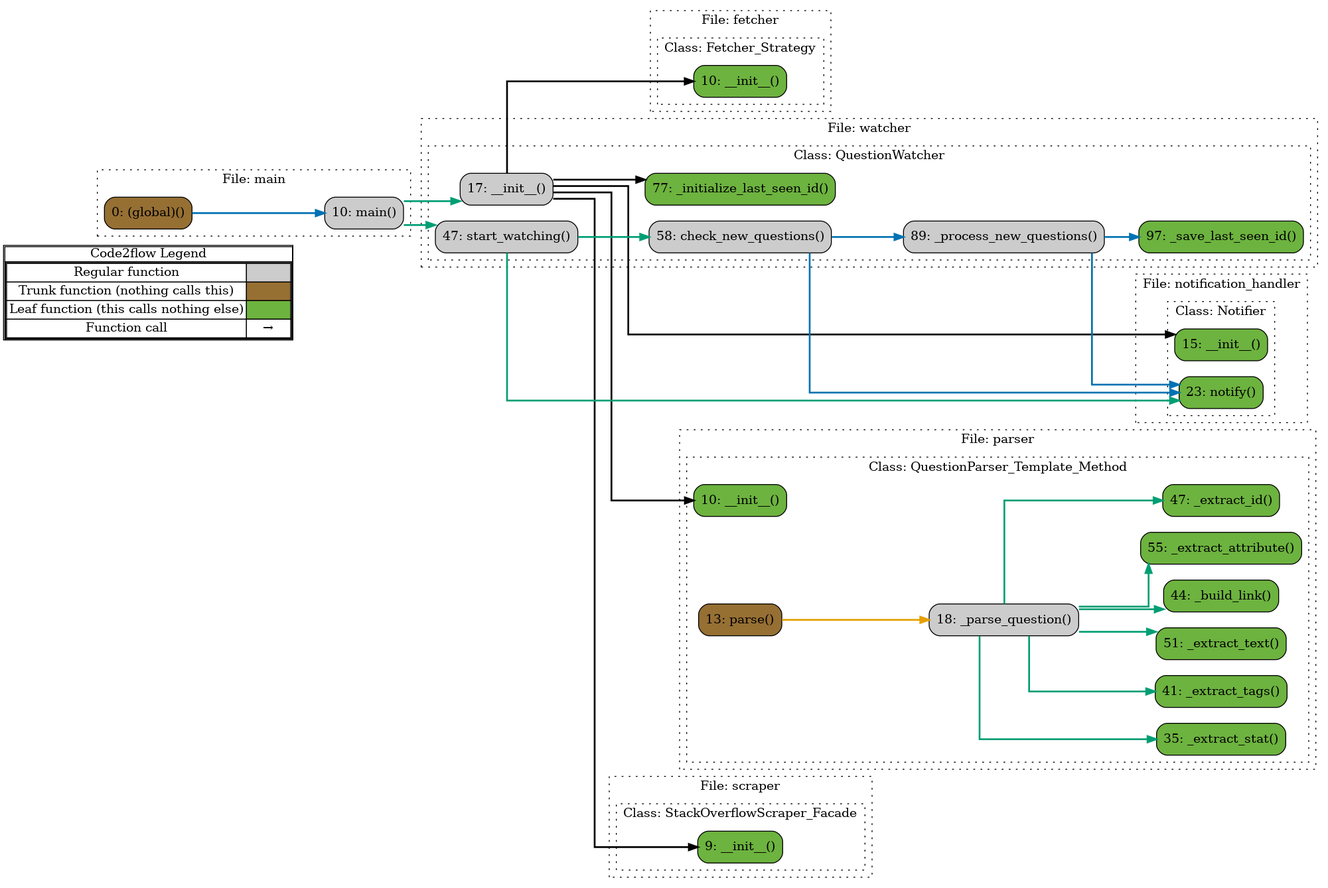
This is diagrams/full_flow.png from mrm68/StackOverFlow_Crawler_Kafka, a Graphviz export, as it was before one commit. Its source is kept beside it as diagrams/full_flow.gv.
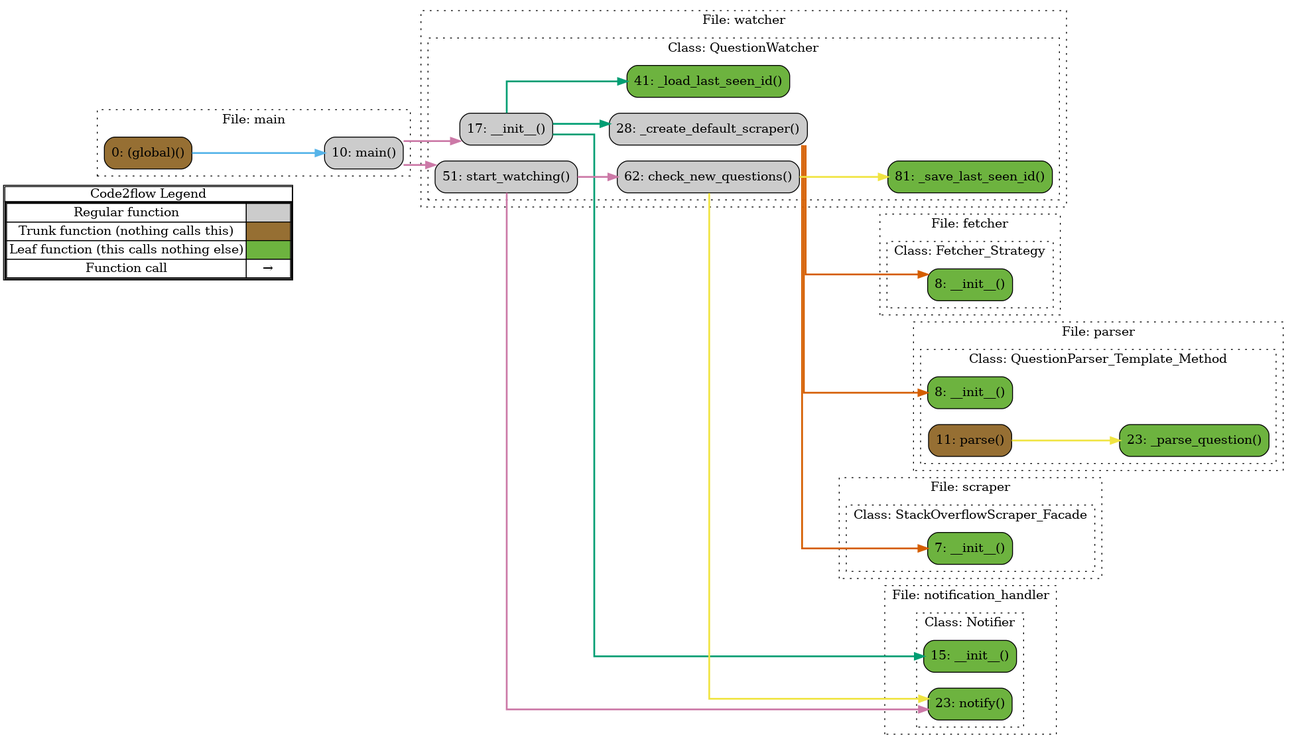
The same diagram one commit later.

Diff of the diagram source:
```diff
@@ -14,118 +14,103 @@
         <tr><td>Function call</td><td><font color='black'>&#8594;</font></td></tr>
         </table></td></tr></table>
         >];
-}node_4e1d44f2 [label="10: __init__()" name="fetcher::Fetcher_Strategy.__init__" shape="rect" style="rounded,filled" fillcolor="#6db33f" ];
-node_c96696ad [label="0: (global)()" name="main::(global)" shape="rect" style="rounded,filled" fillcolor="#966F33" ];
-node_7d09c043 [label="10: main()" name="main::main" shape="rect" style="rounded,filled" fillcolor="#cccccc" ];
-node_62ae97af [label="15: __init__()" name="notification_handler::Notifier.__init__" shape="rect" style="rounded,filled" fillcolor="#6db33f" ];
-node_96110b7a [label="23: notify()" name="notification_handler::Notifier.notify" shape="rect" style="rounded,filled" fillcolor="#6db33f" ];
-node_e3f5539c [label="10: __init__()" name="parser::QuestionParser_Template_Method.__init__" shape="rect" style="rounded,filled" fillcolor="#6db33f" ];
-node_eac189c6 [label="44: _build_link()" name="parser::QuestionParser_Template_Method._build_link" shape="rect" style="rounded,filled" fillcolor="#6db33f" ];
-node_6cc3f22c [label="55: _extract_attribute()" name="parser::QuestionParser_Template_Method._extract_attribute" shape="rect" style="rounded,filled" fillcolor="#6db33f" ];
-node_9488f8ba [label="47: _extract_id()" name="parser::QuestionParser_Template_Method._extract_id" shape="rect" style="rounded,filled" fillcolor="#6db33f" ];
-node_c092aa1e [label="35: _extract_stat()" name="parser::QuestionParser_Template_Method._extract_stat" shape="rect" style="rounded,filled" fillcolor="#6db33f" ];
-node_a110019e [label="41: _extract_tags()" name="parser::QuestionParser_Template_Method._extract_tags" shape="rect" style="rounded,filled" fillcolor="#6db33f" ];
-node_6dcbba4a [label="51: _extract_text()" name="parser::QuestionParser_Template_Method._extract_text" shape="rect" style="rounded,filled" fillcolor="#6db33f" ];
-node_7260e8e3 [label="18: _parse_question()" name="parser::QuestionParser_Template_Method._parse_question" shape="rect" style="rounded,filled" fillcolor="#cccccc" ];
-node_8385f091 [label="13: parse()" name="parser::QuestionParser_Template_Method.parse" shape="rect" style="rounded,filled" fillcolor="#966F33" ];
-node_0e9a3a31 [label="9: __init__()" name="scraper::StackOverflowScraper_Facade.__init__" shape="rect" style="rounded,filled" fillcolor="#6db33f" ];
-node_4e6acc70 [label="17: __init__()" name="watcher::QuestionWatcher.__init__" shape="rect" style="rounded,filled" fillcolor="#cccccc" ];
-node_1dd243b7 [label="77: _initialize_last_seen_id()" name="watcher::QuestionWatcher._initialize_last_seen_id" shape="rect" style="rounded,filled" fillcolor="#6db33f" ];
-node_c8aa8aa5 [label="89: _process_new_questions()" name="watcher::QuestionWatcher._process_new_questions" shape="rect" style="rounded,filled" fillcolor="#cccccc" ];
-node_63f58fee [label="97: _save_last_seen_id()" name="watcher::QuestionWatcher._save_last_seen_id" shape="rect" style="rounded,filled" fillcolor="#6db33f" ];
-node_c36e50dd [label="58: check_new_questions()" name="watcher::QuestionWatcher.check_new_questions" shape="rect" style="rounded,filled" fillcolor="#cccccc" ];
-node_729cbc5b [label="47: start_watching()" name="watcher::QuestionWatcher.start_watching" shape="rect" style="rounded,filled" fillcolor="#cccccc" ];
-node_c96696ad -> node_7d09c043 [color="#0072B2" penwidth="2"];
-node_7d09c043 -> node_4e6acc70 [color="#009E73" penwidth="2"];
-node_7d09c043 -> node_729cbc5b [color="#009E73" penwidth="2"];
-node_7260e8e3 -> node_eac189c6 [color="#009E73" penwidth="2"];
-node_7260e8e3 -> node_6cc3f22c [color="#009E73" penwidth="2"];
-node_7260e8e3 -> node_9488f8ba [color="#009E73" penwidth="2"];
-node_7260e8e3 -> node_c092aa1e [color="#009E73" penwidth="2"];
-node_7260e8e3 -> node_c092aa1e [color="#009E73" penwidth="2"];
-node_7260e8e3 -> node_c092aa1e [color="#009E73" penwidth="2"];
-node_7260e8e3 -> node_a110019e [color="#009E73" penwidth="2"];
-node_7260e8e3 -> node_6dcbba4a [color="#009E73" penwidth="2"];
-node_7260e8e3 -> node_6dcbba4a [color="#009E73" penwidth="2"];
-node_8385f091 -> node_7260e8e3 [color="#E69F00" penwidth="2"];
-node_4e6acc70 -> node_4e1d44f2 [color="#000000" penwidth="2"];
-node_4e6acc70 -> node_62ae97af [color="#000000" penwidth="2"];
-node_4e6acc70 -> node_e3f5539c [color="#000000" penwidth="2"];
-node_4e6acc70 -> node_0e9a3a31 [color="#000000" penwidth="2"];
-node_4e6acc70 -> node_1dd243b7 [color="#000000" penwidth="2"];
-node_c8aa8aa5 -> node_96110b7a [color="#0072B2" penwidth="2"];
-node_c8aa8aa5 -> node_63f58fee [color="#0072B2" penwidth="2"];
-node_c36e50dd -> node_96110b7a [color="#0072B2" penwidth="2"];
-node_c36e50dd -> node_c8aa8aa5 [color="#0072B2" penwidth="2"];
-node_729cbc5b -> node_96110b7a [color="#009E73" penwidth="2"];
-node_729cbc5b -> node_96110b7a [color="#009E73" penwidth="2"];
-node_729cbc5b -> node_c36e50dd [color="#009E73" penwidth="2"];
-subgraph cluster_b3a4ae07 {
+}node_9fe8d2bd [label="8: __init__()" name="fetcher::Fetcher_Strategy.__init__" shape="rect" style="rounded,filled" fillcolor="#6db33f" ];
+node_0ec34f3a [label="0: (global)()" name="main::(global)" shape="rect" style="rounded,filled" fillcolor="#966F33" ];
+node_ce4dfdb7 [label="10: main()" name="main::main" shape="rect" style="rounded,filled" fillcolor="#cccccc" ];
+node_930f4386 [label="15: __init__()" name="notification_handler::Notifier.__init__" shape="rect" style="rounded,filled" fillcolor="#6db33f" ];
+node_b0a0d86a [label="23: notify()" name="notification_handler::Notifier.notify" shape="rect" style="rounded,filled" fillcolor="#6db33f" ];
+node_2d5271c2 [label="8: __init__()" name="parser::QuestionParser_Template_Method.__init__" shape="rect" style="rounded,filled" fillcolor="#6db33f" ];
+node_baa171b1 [label="23: _parse_question()" name="parser::QuestionParser_Template_Method._parse_question" shape="rect" style="rounded,filled" fillcolor="#6db33f" ];
+node_7ce7af24 [label="11: parse()" name="parser::QuestionParser_Template_Method.parse" shape="rect" style="rounded,filled" fillcolor="#966F33" ];
+node_62c43f10 [label="7: __init__()" name="scraper::StackOverflowScraper_Facade.__init__" shape="rect" style="rounded,filled" fillcolor="#6db33f" ];
+node_18bf9da3 [label="17: __init__()" name="watcher::QuestionWatcher.__init__" shape="rect" style="rounded,filled" fillcolor="#cccccc" ];
+node_d7b07f8e [label="28: _create_default_scraper()" name="watcher::QuestionWatcher._create_default_scraper" shape="rect" style="rounded,filled" fillcolor="#cccccc" ];
+node_c39729ef [label="41: _load_last_seen_id()" name="watcher::QuestionWatcher._load_last_seen_id" shape="rect" style="rounded,filled" fillcolor="#6db33f" ];
+node_e6ff9b7a [label="81: _save_last_seen_id()" name="watcher::QuestionWatcher._save_last_seen_id" shape="rect" style="rounded,filled" fillcolor="#6db33f" ];
+node_6312d12c [label="62: check_new_questions()" name="watcher::QuestionWatcher.check_new_questions" shape="rect" style="rounded,filled" fillcolor="#cccccc" ];
+node_c16f4287 [label="51: start_watching()" name="watcher::QuestionWatcher.start_watching" shape="rect" style="rounded,filled" fillcolor="#cccccc" ];
+node_0ec34f3a -> node_ce4dfdb7 [color="#56B4E9" penwidth="2"];
+node_ce4dfdb7 -> node_18bf9da3 [color="#CC79A7" penwidth="2"];
+node_ce4dfdb7 -> node_c16f4287 [color="#CC79A7" penwidth="2"];
+node_7ce7af24 -> node_baa171b1 [color="#F0E442" penwidth="2"];
+node_18bf9da3 -> node_930f4386 [color="#009E73" penwidth="2"];
+node_18bf9da3 -> node_d7b07f8e [color="#009E73" penwidth="2"];
+node_18bf9da3 -> node_c39729ef [color="#009E73" penwidth="2"];
+node_d7b07f8e -> node_9fe8d2bd [color="#D55E00" penwidth="2"];
+node_d7b07f8e -> node_2d5271c2 [color="#D55E00" penwidth="2"];
+node_d7b07f8e -> node_62c43f10 [color="#D55E00" penwidth="2"];
+node_6312d12c -> node_b0a0d86a [color="#F0E442" penwidth="2"];
+node_6312d12c -> node_b0a0d86a [color="#F0E442" penwidth="2"];
+node_6312d12c -> node_e6ff9b7a [color="#F0E442" penwidth="2"];
+node_c16f4287 -> node_b0a0d86a [color="#CC79A7" penwidth="2"];
+node_c16f4287 -> node_b0a0d86a [color="#CC79A7" penwidth="2"];
+node_c16f4287 -> node_6312d12c [color="#CC79A7" penwidth="2"];
+subgraph cluster_a2e741fd {
     label="File: fetcher";
     name="fetcher";
     style="filled";
     graph[style=dotted];
-    subgraph cluster_921a2783 {
-        node_4e1d44f2;
+    subgraph cluster_2f762bca {
+        node_9fe8d2bd;
         label="Class: Fetcher_Strategy";
         name="Fetcher_Strategy";
         style="filled";
         graph[style=dotted];
     };
 };
-subgraph cluster_47a20fbb {
-    node_7d09c043 node_c96696ad;
+subgraph cluster_5b9522d8 {
+    node_ce4dfdb7 node_0ec34f3a;
     label="File: main";
     name="main";
     style="filled";
     graph[style=dotted];
 };
-subgraph cluster_b15e5e7a {
+subgraph cluster_dada5b83 {
     label="File: notification_handler";
     name="notification_handler";
     style="filled";
     graph[style=dotted];
-    subgraph cluster_d88b6368 {
-        node_62ae97af node_96110b7a;
+    subgraph cluster_7407c714 {
+        node_930f4386 node_b0a0d86a;
         label="Class: Notifier";
         name="Notifier";
         style="filled";
         graph[style=dotted];
     };
 };
-subgraph cluster_4d11a5fe {
+subgraph cluster_418a2567 {
     label="File: parser";
     name="parser";
     style="filled";
     graph[style=dotted];
-    subgraph cluster_7fe476e6 {
-        node_e3f5539c node_8385f091 node_7260e8e3 node_c092aa1e node_a110019e node_eac189c6 node_9488f8ba node_6dcbba4a node_6cc3f22c;
+    subgraph cluster_e8fd4687 {
+        node_2d5271c2 node_7ce7af24 node_baa171b1;
         label="Class: QuestionParser_Template_Method";
         name="QuestionParser_Template_Method";
         style="filled";
         graph[style=dotted];
     };
 };
-subgraph cluster_bb768b8f {
+subgraph cluster_7daa667a {
     label="File: scraper";
     name="scraper";
     style="filled";
     graph[style=dotted];
-    subgraph cluster_6b4f25a2 {
-        node_0e9a3a31;
+    subgraph cluster_5341d67e {
+        node_62c43f10;
         label="Class: StackOverflowScraper_Facade";
         name="StackOverflowScraper_Facade";
         style="filled";
         graph[style=dotted];
     };
 };
-subgraph cluster_533167be {
+subgraph cluster_494a46e0 {
     label="File: watcher";
     name="watcher";
     style="filled";
     graph[style=dotted];
-    subgraph cluster_15cca2af {
-        node_4e6acc70 node_729cbc5b node_c36e50dd node_1dd243b7 node_c8aa8aa5 node_63f58fee;
+    subgraph cluster_e68e2485 {
+        node_18bf9da3 node_d7b07f8e node_c39729ef node_c16f4287 node_6312d12c node_e6ff9b7a;
         label="Class: QuestionWatcher";
         name="QuestionWatcher";
         style="filled";
```
